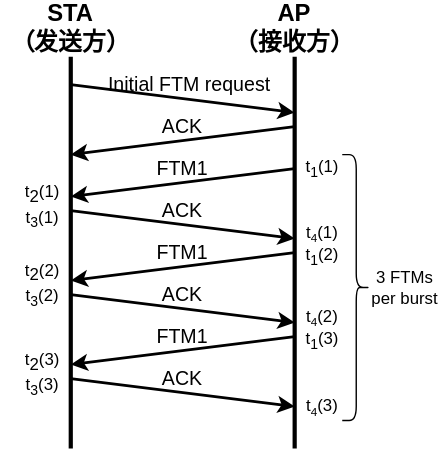
Above: FTM.svg in lizhuang17/lizhuang17 (draw.io), before the change. Source tidied: cells renumbered, new cells last; positions are measured from the earlier drawing's top-left corner, leaving out a move shared by most shapes.
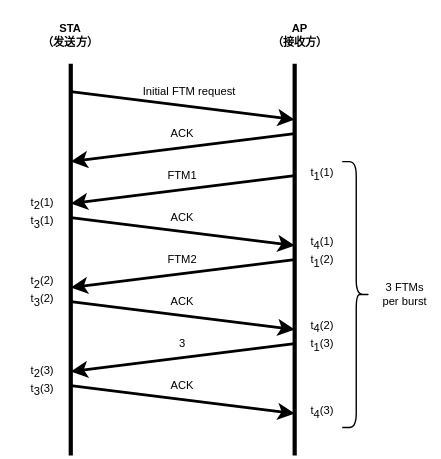
Later version of the same file.

What changed in the source:
```diff
@@ -2,121 +2,121 @@
   <root>
     <mxCell id="0" />
     <mxCell id="1" parent="0" />
-    <mxCell id="2" style="endArrow=none;html=1;fontSize=17;strokeWidth=3;" parent="1" edge="1">
+    <mxCell id="2" style="endArrow=none;html=1;fontSize=8;strokeWidth=3;" parent="1" edge="1">
       <mxGeometry relative="1" as="geometry">
         <mxPoint x="50" y="310" as="sourcePoint" />
         <mxPoint x="50" y="30" as="targetPoint" />
       </mxGeometry>
     </mxCell>
-    <mxCell id="3" style="endArrow=none;html=1;fontSize=17;strokeWidth=3;" parent="1" edge="1">
+    <mxCell id="3" style="endArrow=none;html=1;fontSize=8;strokeWidth=3;" parent="1" edge="1">
       <mxGeometry relative="1" as="geometry">
         <mxPoint x="210" y="310" as="sourcePoint" />
         <mxPoint x="210" y="30" as="targetPoint" />
       </mxGeometry>
     </mxCell>
-    <mxCell id="4" style="endArrow=classic;html=1;fontSize=17;strokeWidth=2;" parent="1" edge="1">
+    <mxCell id="4" style="endArrow=classic;html=1;fontSize=8;strokeWidth=2;" parent="1" edge="1">
       <mxGeometry relative="1" as="geometry">
         <mxPoint x="50" y="50" as="sourcePoint" />
         <mxPoint x="210" y="70" as="targetPoint" />
       </mxGeometry>
     </mxCell>
-    <mxCell id="5" style="endArrow=classic;html=1;fontSize=17;strokeWidth=2;" parent="1" edge="1">
+    <mxCell id="5" style="endArrow=classic;html=1;fontSize=8;strokeWidth=2;" parent="1" edge="1">
       <mxGeometry relative="1" as="geometry">
         <mxPoint x="210" y="80" as="sourcePoint" />
         <mxPoint x="50" y="100" as="targetPoint" />
       </mxGeometry>
     </mxCell>
-    <mxCell id="6" value="STA&lt;br&gt;（发送方）" style="text;html=1;strokeColor=none;fillColor=none;align=center;verticalAlign=middle;whiteSpace=wrap;rounded=0;fontSize=17;fontStyle=1;" parent="1" vertex="1">
-      <mxGeometry width="100" height="20" as="geometry" />
+    <mxCell id="6" value="STA&lt;br style=&quot;font-size: 8px;&quot;&gt;（发送方）" style="text;html=1;strokeColor=none;fillColor=none;align=center;verticalAlign=middle;whiteSpace=wrap;rounded=0;fontSize=8;fontStyle=1;" parent="1" vertex="1">
+      <mxGeometry y="-15" width="100" height="50" as="geometry" />
     </mxCell>
-    <mxCell id="7" value="AP&lt;br&gt;（接收方）" style="text;html=1;strokeColor=none;fillColor=none;align=center;verticalAlign=middle;whiteSpace=wrap;rounded=0;fontSize=17;fontStyle=1;" parent="1" vertex="1">
-      <mxGeometry x="160" width="100" height="20" as="geometry" />
+    <mxCell id="7" value="AP&lt;br style=&quot;font-size: 8px;&quot;&gt;（接收方）" style="text;html=1;strokeColor=none;fillColor=none;align=center;verticalAlign=middle;whiteSpace=wrap;rounded=0;fontSize=8;fontStyle=1;" parent="1" vertex="1">
+      <mxGeometry x="164" y="-10" width="100" height="40" as="geometry" />
     </mxCell>
-    <mxCell id="8" value="Initial FTM request" style="text;html=1;strokeColor=none;fillColor=none;align=center;verticalAlign=middle;whiteSpace=wrap;rounded=0;fontSize=14;" parent="1" vertex="1">
+    <mxCell id="8" value="Initial FTM request" style="text;html=1;strokeColor=none;fillColor=none;align=center;verticalAlign=middle;whiteSpace=wrap;rounded=0;fontSize=8;" parent="1" vertex="1">
       <mxGeometry x="70" y="40" width="130" height="20" as="geometry" />
     </mxCell>
-    <mxCell id="9" value="ACK" style="text;html=1;strokeColor=none;fillColor=none;align=center;verticalAlign=middle;whiteSpace=wrap;rounded=0;fontSize=14;fontColor=#000000;" parent="1" vertex="1">
+    <mxCell id="9" value="ACK" style="text;html=1;strokeColor=none;fillColor=none;align=center;verticalAlign=middle;whiteSpace=wrap;rounded=0;fontSize=8;fontColor=#000000;" parent="1" vertex="1">
       <mxGeometry x="110" y="70" width="40" height="20" as="geometry" />
     </mxCell>
-    <mxCell id="10" style="shape=curlyBracket;whiteSpace=wrap;html=1;rounded=1;flipH=1;fontSize=14;fontColor=#000000;fillColor=none;align=left;" parent="1" vertex="1">
+    <mxCell id="10" style="shape=curlyBracket;whiteSpace=wrap;html=1;rounded=1;flipH=1;fontSize=8;fontColor=#000000;fillColor=none;align=left;" parent="1" vertex="1">
       <mxGeometry x="244" y="100" width="20" height="190" as="geometry" />
     </mxCell>
-    <mxCell id="11" style="endArrow=classic;html=1;fontSize=17;strokeWidth=2;" parent="1" edge="1">
+    <mxCell id="11" style="endArrow=classic;html=1;fontSize=8;strokeWidth=2;" parent="1" edge="1">
       <mxGeometry relative="1" as="geometry">
         <mxPoint x="50" y="140" as="sourcePoint" />
         <mxPoint x="210" y="160" as="targetPoint" />
       </mxGeometry>
     </mxCell>
-    <mxCell id="12" style="endArrow=classic;html=1;fontSize=17;strokeWidth=2;" parent="1" edge="1">
+    <mxCell id="12" style="endArrow=classic;html=1;fontSize=8;strokeWidth=2;" parent="1" edge="1">
       <mxGeometry relative="1" as="geometry">
         <mxPoint x="210" y="110" as="sourcePoint" />
         <mxPoint x="50" y="130" as="targetPoint" />
       </mxGeometry>
     </mxCell>
-    <mxCell id="13" value="FTM1" style="text;html=1;strokeColor=none;fillColor=none;align=center;verticalAlign=middle;whiteSpace=wrap;rounded=0;fontSize=14;" parent="1" vertex="1">
+    <mxCell id="13" value="FTM1" style="text;html=1;strokeColor=none;fillColor=none;align=center;verticalAlign=middle;whiteSpace=wrap;rounded=0;fontSize=8;" parent="1" vertex="1">
       <mxGeometry x="65" y="100" width="130" height="20" as="geometry" />
     </mxCell>
-    <mxCell id="14" value="ACK" style="text;html=1;strokeColor=none;fillColor=none;align=center;verticalAlign=middle;whiteSpace=wrap;rounded=0;fontSize=14;fontColor=#000000;" parent="1" vertex="1">
+    <mxCell id="14" value="ACK" style="text;html=1;strokeColor=none;fillColor=none;align=center;verticalAlign=middle;whiteSpace=wrap;rounded=0;fontSize=8;fontColor=#000000;" parent="1" vertex="1">
       <mxGeometry x="110" y="130" width="40" height="20" as="geometry" />
     </mxCell>
-    <mxCell id="15" style="endArrow=classic;html=1;fontSize=17;strokeWidth=2;" parent="1" edge="1">
+    <mxCell id="15" style="endArrow=classic;html=1;fontSize=8;strokeWidth=2;" parent="1" edge="1">
       <mxGeometry relative="1" as="geometry">
         <mxPoint x="50" y="200" as="sourcePoint" />
         <mxPoint x="210" y="220" as="targetPoint" />
       </mxGeometry>
     </mxCell>
-    <mxCell id="16" style="endArrow=classic;html=1;fontSize=17;strokeWidth=2;" parent="1" edge="1">
+    <mxCell id="16" style="endArrow=classic;html=1;fontSize=8;strokeWidth=2;" parent="1" edge="1">
       <mxGeometry relative="1" as="geometry">
         <mxPoint x="210" y="170" as="sourcePoint" />
         <mxPoint x="50" y="190" as="targetPoint" />
       </mxGeometry>
     </mxCell>
-    <mxCell id="17" value="FTM1" style="text;html=1;strokeColor=none;fillColor=none;align=center;verticalAlign=middle;whiteSpace=wrap;rounded=0;fontSize=14;" parent="1" vertex="1">
+    <mxCell id="17" value="FTM2" style="text;html=1;strokeColor=none;fillColor=none;align=center;verticalAlign=middle;whiteSpace=wrap;rounded=0;fontSize=8;" parent="1" vertex="1">
       <mxGeometry x="65" y="160" width="130" height="20" as="geometry" />
     </mxCell>
-    <mxCell id="18" value="ACK" style="text;html=1;strokeColor=none;fillColor=none;align=center;verticalAlign=middle;whiteSpace=wrap;rounded=0;fontSize=14;fontColor=#000000;" parent="1" vertex="1">
+    <mxCell id="18" value="ACK" style="text;html=1;strokeColor=none;fillColor=none;align=center;verticalAlign=middle;whiteSpace=wrap;rounded=0;fontSize=8;fontColor=#000000;" parent="1" vertex="1">
       <mxGeometry x="110" y="190" width="40" height="20" as="geometry" />
     </mxCell>
-    <mxCell id="19" style="endArrow=classic;html=1;fontSize=17;strokeWidth=2;" parent="1" edge="1">
+    <mxCell id="19" style="endArrow=classic;html=1;fontSize=8;strokeWidth=2;" parent="1" edge="1">
       <mxGeometry relative="1" as="geometry">
         <mxPoint x="50" y="260" as="sourcePoint" />
         <mxPoint x="210" y="280" as="targetPoint" />
       </mxGeometry>
     </mxCell>
-    <mxCell id="20" style="endArrow=classic;html=1;fontSize=17;strokeWidth=2;" parent="1" edge="1">
+    <mxCell id="20" style="endArrow=classic;html=1;fontSize=8;strokeWidth=2;" parent="1" edge="1">
       <mxGeometry relative="1" as="geometry">
         <mxPoint x="210" y="230" as="sourcePoint" />
         <mxPoint x="50" y="250" as="targetPoint" />
       </mxGeometry>
     </mxCell>
-    <mxCell id="21" value="FTM1" style="text;html=1;strokeColor=none;fillColor=none;align=center;verticalAlign=middle;whiteSpace=wrap;rounded=0;fontSize=14;" parent="1" vertex="1">
+    <mxCell id="21" value="3" style="text;html=1;strokeColor=none;fillColor=none;align=center;verticalAlign=middle;whiteSpace=wrap;rounded=0;fontSize=8;" parent="1" vertex="1">
       <mxGeometry x="65" y="220" width="130" height="20" as="geometry" />
     </mxCell>
-    <mxCell id="22" value="ACK" style="text;html=1;strokeColor=none;fillColor=none;align=center;verticalAlign=middle;whiteSpace=wrap;rounded=0;fontSize=14;fontColor=#000000;" parent="1" vertex="1">
+    <mxCell id="22" value="ACK" style="text;html=1;strokeColor=none;fillColor=none;align=center;verticalAlign=middle;whiteSpace=wrap;rounded=0;fontSize=8;fontColor=#000000;" parent="1" vertex="1">
       <mxGeometry x="110" y="250" width="40" height="20" as="geometry" />
     </mxCell>
-    <mxCell id="23" value="t&lt;sub style=&quot;font-size: 12px&quot;&gt;2&lt;/sub&gt;(1)&lt;br&gt;t&lt;sub&gt;3&lt;/sub&gt;(1)" style="text;html=1;strokeColor=none;fillColor=none;align=center;verticalAlign=middle;whiteSpace=wrap;rounded=0;fontSize=12;fontColor=#000000;" parent="1" vertex="1">
+    <mxCell id="23" value="t&lt;sub style=&quot;font-size: 8px;&quot;&gt;2&lt;/sub&gt;(1)&lt;br style=&quot;font-size: 8px;&quot;&gt;t&lt;sub style=&quot;font-size: 8px;&quot;&gt;3&lt;/sub&gt;(1)" style="text;html=1;strokeColor=none;fillColor=none;align=center;verticalAlign=middle;whiteSpace=wrap;rounded=0;fontSize=8;fontColor=#000000;" parent="1" vertex="1">
       <mxGeometry x="10" y="120" width="40" height="34" as="geometry" />
     </mxCell>
-    <mxCell id="24" value="t&lt;sub style=&quot;font-size: 12px&quot;&gt;2&lt;/sub&gt;(2)&lt;br&gt;t&lt;sub&gt;3&lt;/sub&gt;(2)" style="text;html=1;strokeColor=none;fillColor=none;align=center;verticalAlign=middle;whiteSpace=wrap;rounded=0;fontSize=12;fontColor=#000000;" parent="1" vertex="1">
+    <mxCell id="24" value="t&lt;sub style=&quot;font-size: 8px;&quot;&gt;2&lt;/sub&gt;(2)&lt;br style=&quot;font-size: 8px;&quot;&gt;t&lt;sub style=&quot;font-size: 8px;&quot;&gt;3&lt;/sub&gt;(2)" style="text;html=1;strokeColor=none;fillColor=none;align=center;verticalAlign=middle;whiteSpace=wrap;rounded=0;fontSize=8;fontColor=#000000;" parent="1" vertex="1">
       <mxGeometry x="10" y="176" width="40" height="34" as="geometry" />
     </mxCell>
-    <mxCell id="25" value="t&lt;sub style=&quot;font-size: 12px&quot;&gt;2&lt;/sub&gt;(3)&lt;br&gt;t&lt;sub&gt;3&lt;/sub&gt;(3)" style="text;html=1;strokeColor=none;fillColor=none;align=center;verticalAlign=middle;whiteSpace=wrap;rounded=0;fontSize=12;fontColor=#000000;" parent="1" vertex="1">
+    <mxCell id="25" value="t&lt;sub style=&quot;font-size: 8px;&quot;&gt;2&lt;/sub&gt;(3)&lt;br style=&quot;font-size: 8px;&quot;&gt;t&lt;sub style=&quot;font-size: 8px;&quot;&gt;3&lt;/sub&gt;(3)" style="text;html=1;strokeColor=none;fillColor=none;align=center;verticalAlign=middle;whiteSpace=wrap;rounded=0;fontSize=8;fontColor=#000000;" parent="1" vertex="1">
       <mxGeometry x="10" y="240" width="40" height="34" as="geometry" />
     </mxCell>
-    <mxCell id="26" value="t&lt;sub&gt;1&lt;/sub&gt;(1)" style="text;html=1;strokeColor=none;fillColor=none;align=center;verticalAlign=middle;whiteSpace=wrap;rounded=0;fontSize=12;fontColor=#000000;" parent="1" vertex="1">
+    <mxCell id="26" value="t&lt;sub style=&quot;font-size: 8px;&quot;&gt;1&lt;/sub&gt;(1)" style="text;html=1;strokeColor=none;fillColor=none;align=center;verticalAlign=middle;whiteSpace=wrap;rounded=0;fontSize=8;fontColor=#000000;" parent="1" vertex="1">
       <mxGeometry x="210" y="100" width="40" height="20" as="geometry" />
     </mxCell>
-    <mxCell id="27" value="t&lt;span style=&quot;font-size: 10px&quot;&gt;&lt;sub&gt;4&lt;/sub&gt;&lt;/span&gt;(1)&lt;br&gt;t&lt;sub&gt;1&lt;/sub&gt;(2)" style="text;html=1;strokeColor=none;fillColor=none;align=center;verticalAlign=middle;whiteSpace=wrap;rounded=0;fontSize=12;fontColor=#000000;" parent="1" vertex="1">
+    <mxCell id="27" value="t&lt;span style=&quot;font-size: 8px;&quot;&gt;&lt;sub style=&quot;font-size: 8px;&quot;&gt;4&lt;/sub&gt;&lt;/span&gt;(1)&lt;br style=&quot;font-size: 8px;&quot;&gt;t&lt;sub style=&quot;font-size: 8px;&quot;&gt;1&lt;/sub&gt;(2)" style="text;html=1;strokeColor=none;fillColor=none;align=center;verticalAlign=middle;whiteSpace=wrap;rounded=0;fontSize=8;fontColor=#000000;" parent="1" vertex="1">
       <mxGeometry x="210" y="150" width="40" height="30" as="geometry" />
     </mxCell>
-    <mxCell id="28" value="t&lt;span style=&quot;font-size: 10px&quot;&gt;&lt;sub&gt;4&lt;/sub&gt;&lt;/span&gt;(2)&lt;br&gt;t&lt;sub&gt;1&lt;/sub&gt;(3)" style="text;html=1;strokeColor=none;fillColor=none;align=center;verticalAlign=middle;whiteSpace=wrap;rounded=0;fontSize=12;fontColor=#000000;" parent="1" vertex="1">
+    <mxCell id="28" value="t&lt;span style=&quot;font-size: 8px;&quot;&gt;&lt;sub style=&quot;font-size: 8px;&quot;&gt;4&lt;/sub&gt;&lt;/span&gt;(2)&lt;br style=&quot;font-size: 8px;&quot;&gt;t&lt;sub style=&quot;font-size: 8px;&quot;&gt;1&lt;/sub&gt;(3)" style="text;html=1;strokeColor=none;fillColor=none;align=center;verticalAlign=middle;whiteSpace=wrap;rounded=0;fontSize=8;fontColor=#000000;" parent="1" vertex="1">
       <mxGeometry x="210" y="210" width="40" height="30" as="geometry" />
     </mxCell>
-    <mxCell id="29" value="t&lt;span style=&quot;font-size: 10px&quot;&gt;&lt;sub&gt;4&lt;/sub&gt;&lt;/span&gt;(3)" style="text;html=1;strokeColor=none;fillColor=none;align=center;verticalAlign=middle;whiteSpace=wrap;rounded=0;fontSize=12;fontColor=#000000;" parent="1" vertex="1">
+    <mxCell id="29" value="t&lt;span style=&quot;font-size: 8px;&quot;&gt;&lt;sub style=&quot;font-size: 8px;&quot;&gt;4&lt;/sub&gt;&lt;/span&gt;(3)" style="text;html=1;strokeColor=none;fillColor=none;align=center;verticalAlign=middle;whiteSpace=wrap;rounded=0;fontSize=8;fontColor=#000000;" parent="1" vertex="1">
       <mxGeometry x="210" y="270" width="40" height="20" as="geometry" />
     </mxCell>
-    <mxCell id="30" value="3 FTMs&lt;br&gt;per burst" style="text;html=1;strokeColor=none;fillColor=none;align=center;verticalAlign=middle;whiteSpace=wrap;rounded=0;fontSize=12;fontColor=#000000;" parent="1" vertex="1">
+    <mxCell id="30" value="3 FTMs&lt;br style=&quot;font-size: 8px;&quot;&gt;per burst" style="text;html=1;strokeColor=none;fillColor=none;align=center;verticalAlign=middle;whiteSpace=wrap;rounded=0;fontSize=8;fontColor=#000000;" parent="1" vertex="1">
       <mxGeometry x="264" y="185" width="50" height="20" as="geometry" />
     </mxCell>
   </root>
```
